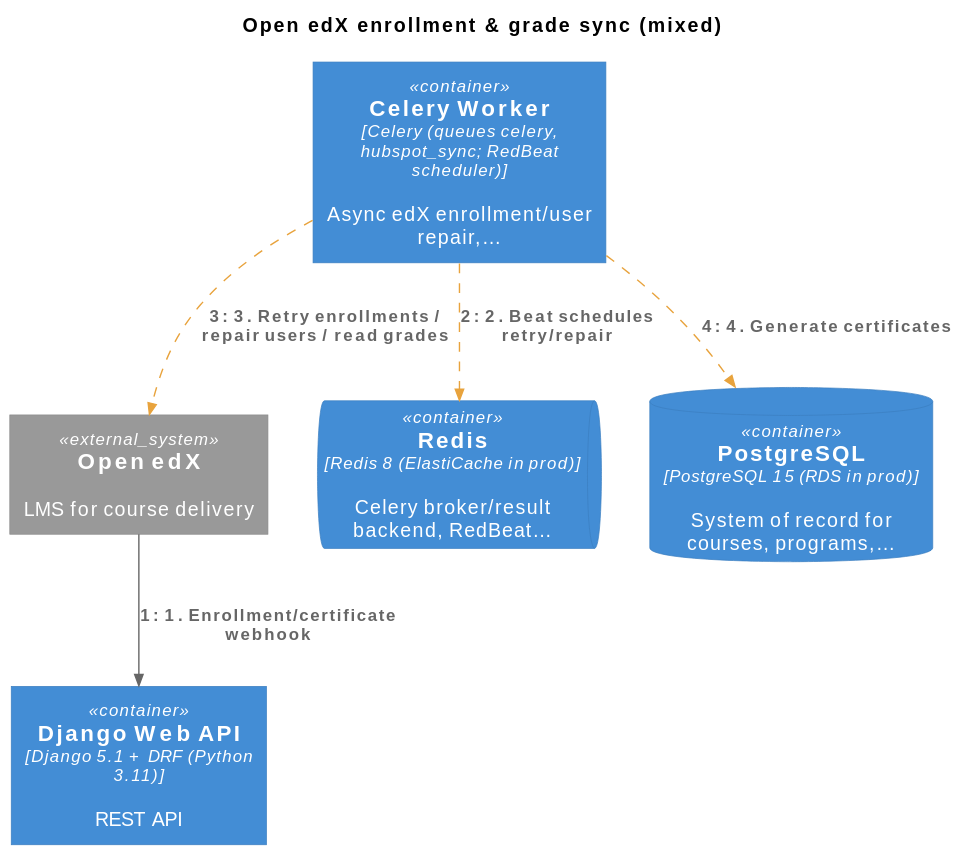
Above: docs/system_architecture/mitxonline/_diagrams/flow-edx-sync.svg in mitodl/platform-engineering-site (PlantUML), before the change. The source it was exported from:
```plantuml
@startuml
!include <C4/C4_Dynamic>
AddRelTag("async", $lineStyle=DashedLine(), $lineColor="#e8a33d")
title Open edX enrollment & grade sync (mixed)
System_Ext(openedx, "Open edX", "LMS for course delivery")
Container(django_web, "Django Web API", "Django 5.1 + DRF (Python 3.11)", "REST API")
Container(celery, "Celery Worker", "Celery (queues celery, hubspot_sync; RedBeat scheduler)", "Async edX enrollment/user repair,…")
ContainerQueue(redis, "Redis", "Redis 8 (ElastiCache in prod)", "Celery broker/result backend, RedBeat…")
ContainerDb(postgres, "PostgreSQL", "PostgreSQL 15 (RDS in prod)", "System of record for courses, programs,…")
Rel(openedx, django_web, "1. Enrollment/certificate webhook")
Rel(celery, redis, "2. Beat schedules retry/repair", $tags="async")
Rel(celery, openedx, "3. Retry enrollments / repair users / read grades", $tags="async")
Rel(celery, postgres, "4. Generate certificates", $tags="async")
@enduml
```
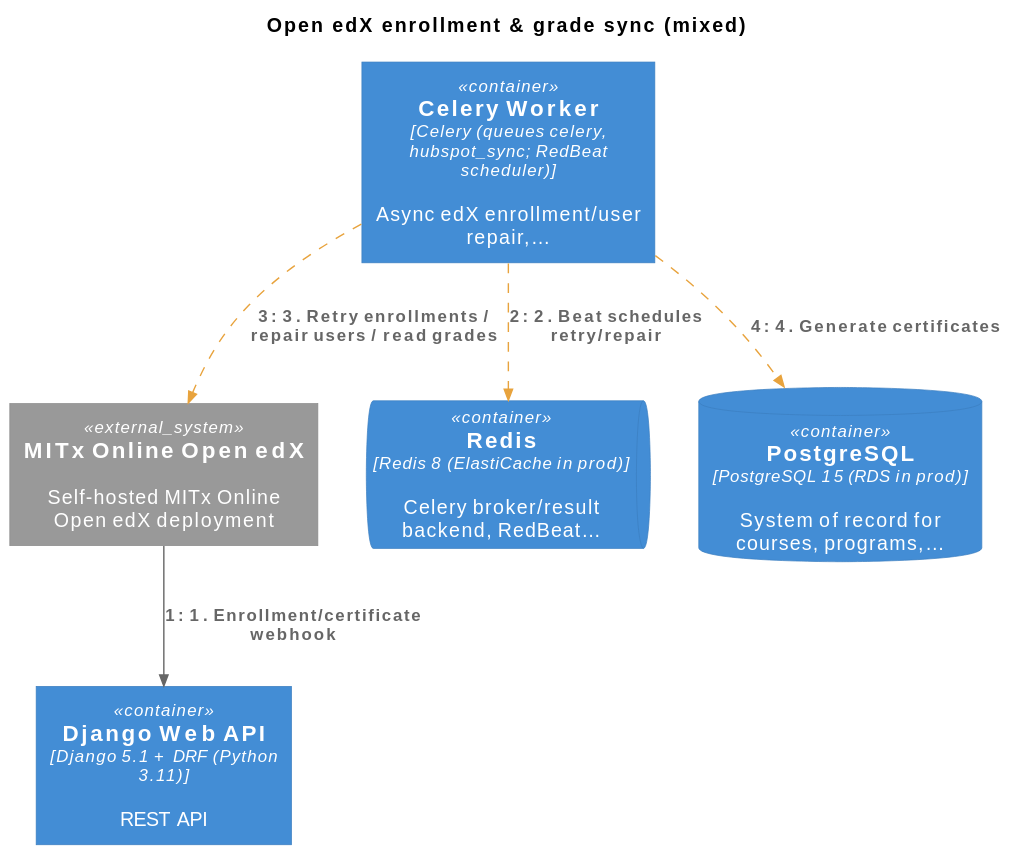
After the change.

The edit, as a diff of the source:
```diff
@@ -2,13 +2,13 @@
 !include <C4/C4_Dynamic>
 AddRelTag("async", $lineStyle=DashedLine(), $lineColor="#e8a33d")
 title Open edX enrollment & grade sync (mixed)
-System_Ext(openedx, "Open edX", "LMS for course delivery")
+System_Ext(mitxonline_openedx, "MITx Online Open edX", "Self-hosted MITx Online Open edX deployment")
 Container(django_web, "Django Web API", "Django 5.1 + DRF (Python 3.11)", "REST API")
 Container(celery, "Celery Worker", "Celery (queues celery, hubspot_sync; RedBeat scheduler)", "Async edX enrollment/user repair,…")
 ContainerQueue(redis, "Redis", "Redis 8 (ElastiCache in prod)", "Celery broker/result backend, RedBeat…")
 ContainerDb(postgres, "PostgreSQL", "PostgreSQL 15 (RDS in prod)", "System of record for courses, programs,…")
-Rel(openedx, django_web, "1. Enrollment/certificate webhook")
+Rel(mitxonline_openedx, django_web, "1. Enrollment/certificate webhook")
 Rel(celery, redis, "2. Beat schedules retry/repair", $tags="async")
-Rel(celery, openedx, "3. Retry enrollments / repair users / read grades", $tags="async")
+Rel(celery, mitxonline_openedx, "3. Retry enrollments / repair users / read grades", $tags="async")
 Rel(celery, postgres, "4. Generate certificates", $tags="async")
 @enduml
```
